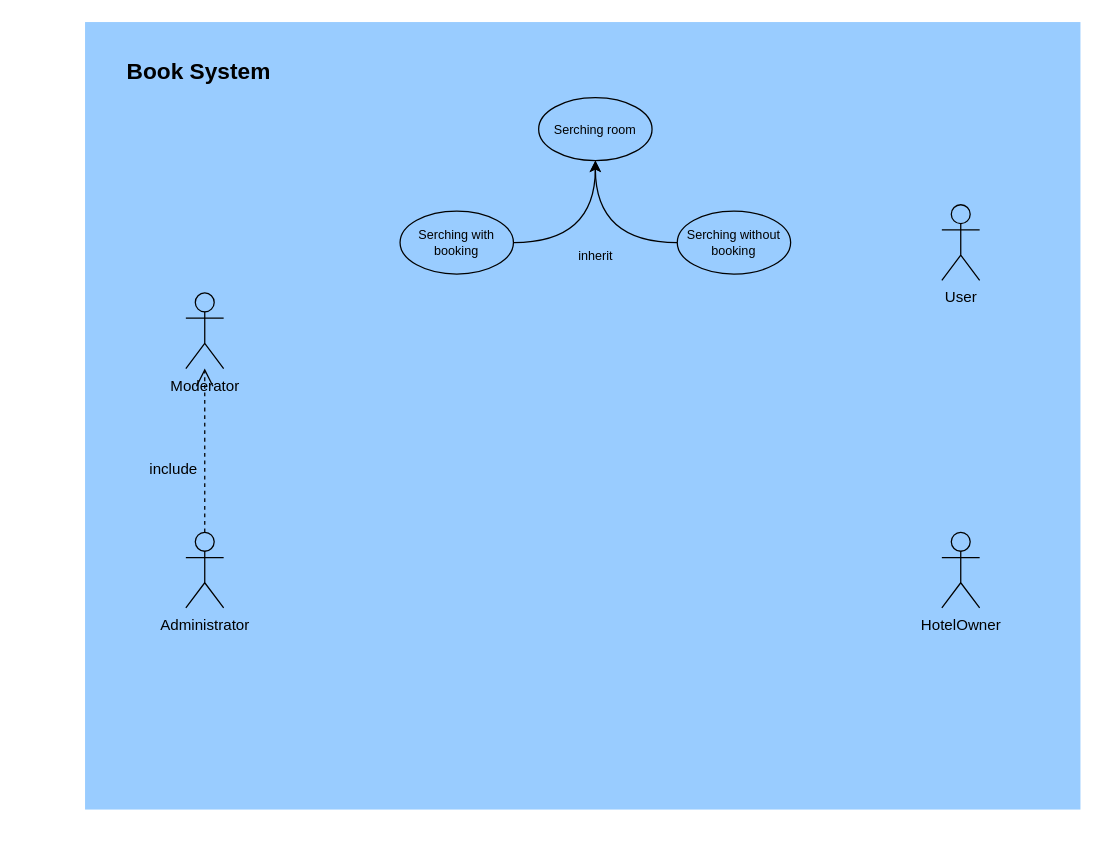
Before: documentation/use_case_diagram.drawio in semwett0301/booking-java-back, a draw.io diagram. Source tidied: cells renumbered, new cells numbered last; positions are measured from the earlier drawing's top-left corner, leaving out a move shared by most shapes. Both pictures are drawn from the tidied source at 126%, with x=0, y=0 at pixel (84, 21).
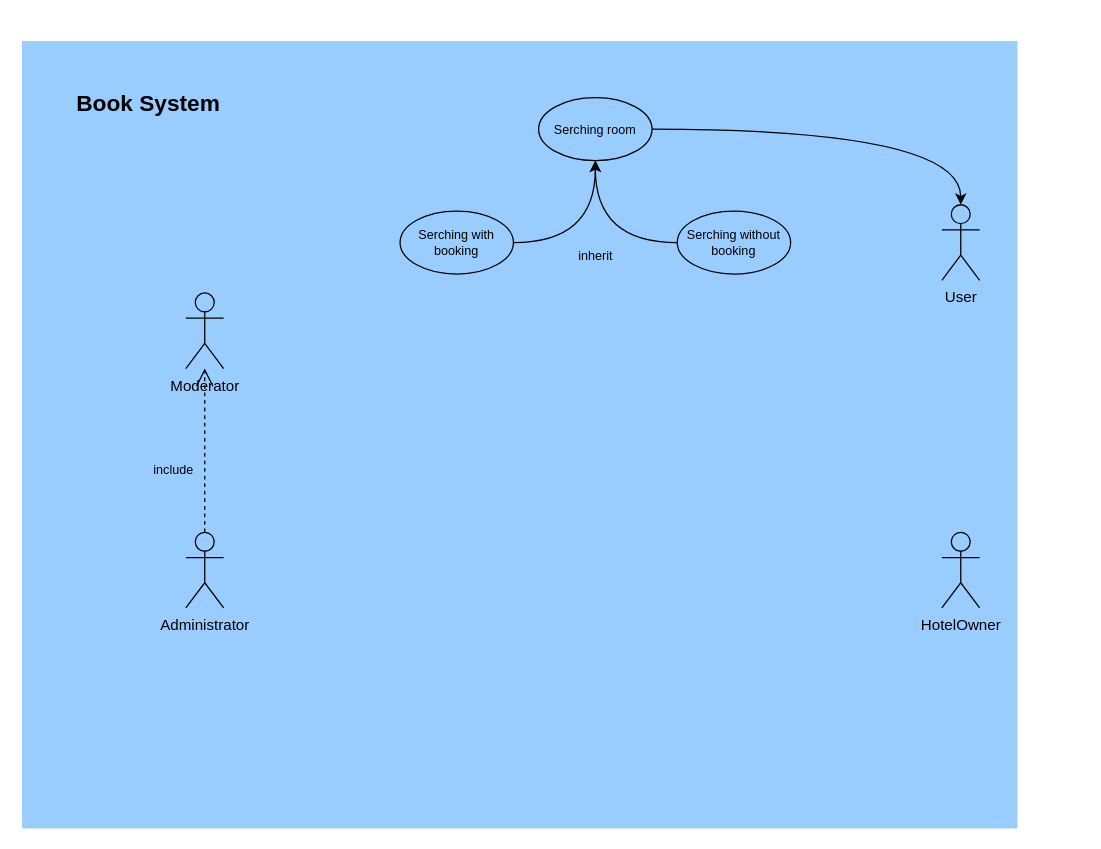
The same page after the edit.

What changed in the source:
```diff
@@
 <mxGraphModel>
   <root>
     <mxCell id="0" />
     <mxCell id="1" parent="0" />
     <mxCell id="2" style="whiteSpace=wrap;html=1;fillColor=#99CCFF;strokeColor=none;" parent="1" vertex="1">
-      <mxGeometry width="790" height="625" as="geometry" />
+      <mxGeometry x="-50" y="15" width="790" height="625" as="geometry" />
     </mxCell>
     <mxCell id="3" value="HotelOwner" style="shape=umlActor;verticalLabelPosition=bottom;verticalAlign=top;html=1;fillColor=#99CCFF;" parent="1" vertex="1">
       <mxGeometry x="680" y="405" width="30" height="60" as="geometry" />
     </mxCell>
     <mxCell id="4" value="User" style="shape=umlActor;verticalLabelPosition=bottom;verticalAlign=top;html=1;outlineConnect=0;fillColor=#99CCFF;" parent="1" vertex="1">
       <mxGeometry x="680" y="145" width="30" height="60" as="geometry" />
     </mxCell>
     <mxCell id="5" value="Moderator" style="shape=umlActor;verticalLabelPosition=bottom;verticalAlign=top;html=1;outlineConnect=0;fillColor=#99CCFF;" parent="1" vertex="1">
       <mxGeometry x="80" y="215" width="30" height="60" as="geometry" />
     </mxCell>
     <mxCell id="6" value="Administrator" style="shape=umlActor;verticalLabelPosition=bottom;verticalAlign=top;html=1;outlineConnect=0;fillColor=#99CCFF;" parent="1" vertex="1">
       <mxGeometry x="80" y="405" width="30" height="60" as="geometry" />
     </mxCell>
     <mxCell id="7" value="Book System" style="text;html=1;align=center;verticalAlign=middle;strokeColor=none;fillColor=none;fontSize=18;fontStyle=1;" parent="1" vertex="1">
-      <mxGeometry x="20" y="20" width="140" height="40" as="geometry" />
+      <mxGeometry x="-20" y="45" width="140" height="40" as="geometry" />
     </mxCell>
-    <mxCell id="8" value="include" style="endArrow=open;endSize=12;dashed=1;html=1;rounded=0;fontSize=12;labelBackgroundColor=none;fontColor=default;exitX=0.5;exitY=0;exitDx=0;exitDy=0;exitPerimeter=0;" parent="1" edge="1" source="6" target="5">
+    <mxCell id="8" value="&lt;font style=&quot;font-size: 10px;&quot;&gt;include&lt;/font&gt;" style="endArrow=open;endSize=12;dashed=1;html=1;rounded=0;fontSize=12;labelBackgroundColor=none;fontColor=default;exitX=0.5;exitY=0;exitDx=0;exitDy=0;exitPerimeter=0;" parent="1" edge="1" source="6" target="5">
       <mxGeometry x="-0.23" y="25" relative="1" as="geometry" />
     </mxCell>
     <mxCell id="9" style="edgeStyle=orthogonalEdgeStyle;jettySize=auto;html=1;labelBackgroundColor=none;fontSize=10;fontColor=default;curved=1;" parent="1" edge="1" source="10" target="11">
       <mxGeometry relative="1" as="geometry" />
     </mxCell>
     <mxCell id="10" value="Serching with booking" style="ellipse;whiteSpace=wrap;html=1;fontSize=10;fontColor=default;fillColor=#99CCFF;" parent="1" vertex="1">
       <mxGeometry x="250" y="150" width="90" height="50" as="geometry" />
     </mxCell>
     <mxCell id="11" value="Serching room" style="ellipse;whiteSpace=wrap;html=1;fontSize=10;fontColor=default;fillColor=#99CCFF;" parent="1" vertex="1">
       <mxGeometry x="360" y="60" width="90" height="50" as="geometry" />
     </mxCell>
     <mxCell id="12" style="edgeStyle=orthogonalEdgeStyle;jettySize=auto;html=1;entryX=0.5;entryY=1;entryDx=0;entryDy=0;labelBackgroundColor=none;fontSize=10;fontColor=default;curved=1;" parent="1" edge="1" source="13" target="11">
       <mxGeometry relative="1" as="geometry" />
     </mxCell>
     <mxCell id="13" value="Serching without booking" style="ellipse;whiteSpace=wrap;html=1;fontSize=10;fontColor=default;fillColor=#99CCFF;" parent="1" vertex="1">
       <mxGeometry x="470" y="150" width="90" height="50" as="geometry" />
     </mxCell>
     <mxCell id="14" value="inherit" style="text;html=1;align=center;verticalAlign=middle;strokeColor=none;fillColor=none;fontSize=10;fontColor=default;" parent="1" vertex="1">
       <mxGeometry x="380" y="170" width="50" height="30" as="geometry" />
     </mxCell>
+    <mxCell id="15" style="edgeStyle=orthogonalEdgeStyle;curved=1;jettySize=auto;html=1;labelBackgroundColor=none;fontSize=10;fontColor=default;" parent="1" edge="1" source="11" target="4">
+      <mxGeometry relative="1" as="geometry" />
+    </mxCell>
   </root>
 </mxGraphModel>
```
